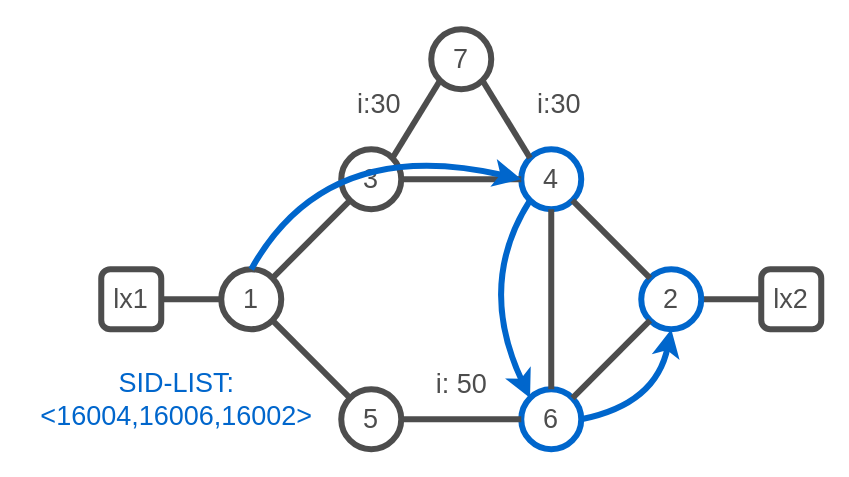
IntuitiveSoft-net/sr-lab keeps this draw.io diagram as page "3" (3 of 14) of images/lab-topologies.drawio. Above is the earlier version. Source tidied: cells renumbered, new cells numbered last; positions are measured from the earlier drawing's top-left corner, leaving out a move shared by most shapes. Both pictures are drawn from the tidied source at 150%, with x=0, y=0 at pixel (26, 28).
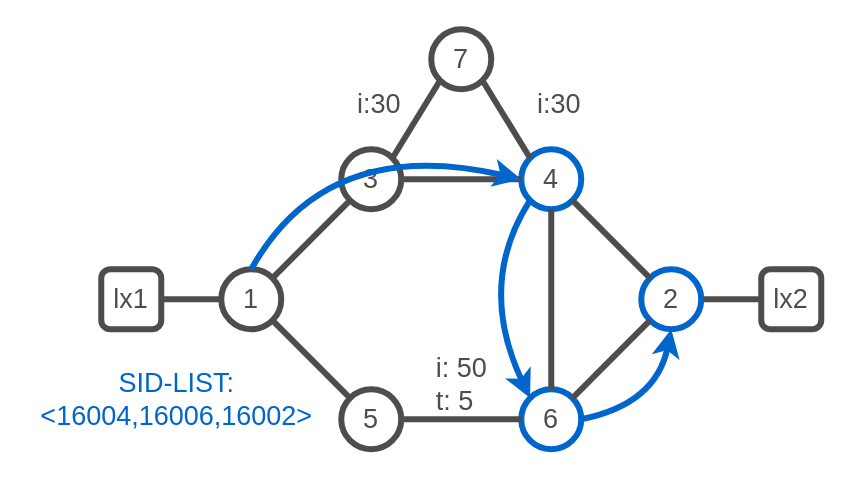
After the change.

What changed in the source:
```diff
@@
-    <mxCell id="26" value="&lt;font color=&quot;#4d4d4d&quot;&gt;i: 50&lt;/font&gt;" style="text;html=1;align=center;verticalAlign=middle;strokeColor=none;fillColor=none;fontSize=18;fontColor=#0066CC;" parent="1" vertex="1">
-      <mxGeometry x="260" y="217" width="60" height="40" as="geometry" />
+    <mxCell id="26" value="&lt;div style=&quot;border-color: var(--border-color); text-align: left;&quot;&gt;&lt;span style=&quot;border-color: var(--border-color); color: rgb(77, 77, 77); background-color: initial;&quot;&gt;i: 50&lt;/span&gt;&lt;/div&gt;&lt;div style=&quot;border-color: var(--border-color); text-align: left;&quot;&gt;&lt;span style=&quot;border-color: var(--border-color); color: rgb(77, 77, 77); background-color: initial;&quot;&gt;t: 5&lt;/span&gt;&lt;/div&gt;" style="text;html=1;align=center;verticalAlign=middle;strokeColor=none;fillColor=none;fontSize=18;fontColor=#0066CC;" parent="1" vertex="1">
+      <mxGeometry x="260" y="207" width="60" height="60" as="geometry" />
     </mxCell>
```
